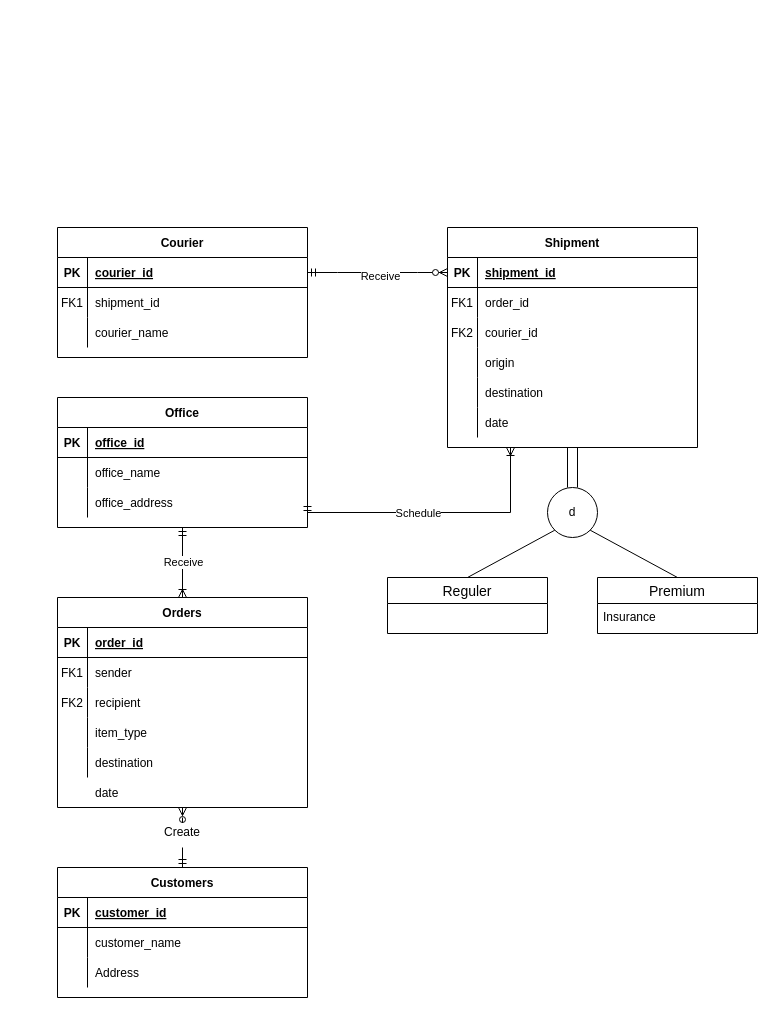
Before: page "ERD" (1 of 3) of ERD/ERD_RT_Norm.drawio in jeki-z/dripship, a draw.io diagram. Source tidied: cells renumbered, new cells numbered last; positions are measured from the earlier drawing's top-left corner, leaving out a move shared by most shapes. Both pictures are drawn from the tidied source at 100%, with x=0, y=0 at pixel (57, 227).
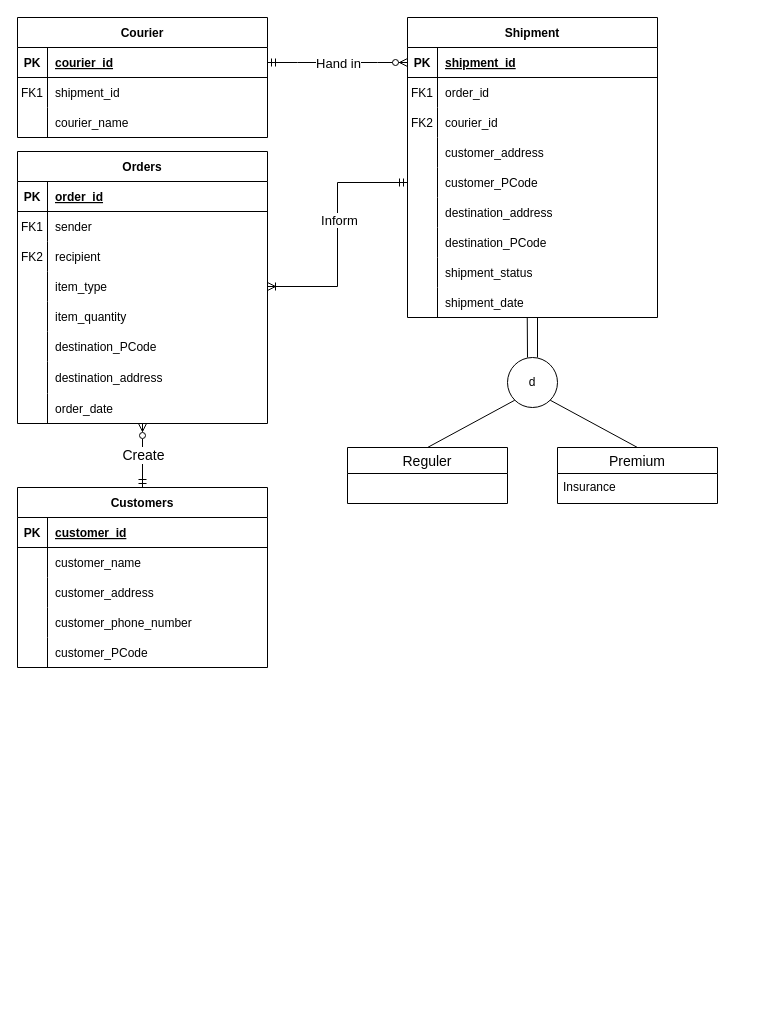
The same page after the edit.

The change refers to these unchanged cells:
```xml
<mxCell id="12" style="shape=partialRectangle;fillColor=none;top=0;left=0;bottom=0;right=0;points=[[0,0.5],[1,0.5]];portConstraint=eastwest;" parent="2" vertex="1">
  <mxGeometry y="120" width="250" height="30" as="geometry" />
</mxCell>
<mxCell id="36" style="shape=partialRectangle;fillColor=none;top=0;left=0;bottom=0;right=0;" parent="29" vertex="1">
  <mxGeometry y="90" width="250" height="30" as="geometry" />
</mxCell>
<mxCell id="59" style="shape=partialRectangle;fillColor=none;top=0;left=0;bottom=0;right=0;" parent="49" vertex="1">
  <mxGeometry y="120" width="250" height="30" as="geometry" />
</mxCell>
<mxCell id="80" style="edgeStyle=entityRelationEdgeStyle;fontSize=12;html=1;endArrow=ERzeroToMany;startArrow=ERmandOne;rounded=0;exitX=1;exitY=0.5;exitDx=0;exitDy=0;entryX=0;entryY=0.5;entryDx=0;entryDy=0;" parent="1" edge="1" source="19" target="50">
  <mxGeometry relative="1" as="geometry" />
</mxCell>
```

Diff of the diagram source:
```diff
@@
     <mxCell id="2" value="Orders" style="shape=table;startSize=30;childLayout=tableLayout;rowLines=0;fontStyle=1;align=center;" parent="1" vertex="1">
-      <mxGeometry y="370" width="250" height="210" as="geometry" />
+      <mxGeometry x="-40" y="-76" width="250" height="272" as="geometry" />
     </mxCell>
@@
+    <mxCell id="87" style="shape=partialRectangle;fillColor=none;top=0;left=0;bottom=0;right=0;fontSize=12;strokeColor=default;" parent="2" vertex="1">
+      <mxGeometry y="150" width="250" height="30" as="geometry" />
+    </mxCell>
+    <mxCell id="88" style="shape=partialRectangle;fillColor=none;top=0;left=0;bottom=0;right=0;overflow=hidden;fontSize=12;strokeColor=default;" parent="87" vertex="1">
+      <mxGeometry width="30" height="30" as="geometry" />
+    </mxCell>
+    <mxCell id="89" value="item_quantity" style="shape=partialRectangle;fillColor=none;top=0;left=0;bottom=0;right=0;align=left;spacingLeft=6;overflow=hidden;fontSize=12;strokeColor=default;" parent="87" vertex="1">
+      <mxGeometry x="30" width="220" height="30" as="geometry" />
+    </mxCell>
+    <mxCell id="90" style="shape=partialRectangle;fillColor=none;top=0;left=0;bottom=0;right=0;fontSize=12;strokeColor=default;" parent="2" vertex="1">
+      <mxGeometry y="180" width="250" height="30" as="geometry" />
+    </mxCell>
+    <mxCell id="91" style="shape=partialRectangle;fillColor=none;top=0;left=0;bottom=0;right=0;overflow=hidden;fontSize=12;strokeColor=default;" parent="90" vertex="1">
+      <mxGeometry width="30" height="30" as="geometry" />
+    </mxCell>
+    <mxCell id="92" value="destination_PCode" style="shape=partialRectangle;fillColor=none;top=0;left=0;bottom=0;right=0;align=left;spacingLeft=6;overflow=hidden;fontSize=12;strokeColor=default;" parent="90" vertex="1">
+      <mxGeometry x="30" width="220" height="30" as="geometry" />
+    </mxCell>
     <mxCell id="15" style="shape=partialRectangle;fillColor=none;top=0;left=0;bottom=0;right=0;" parent="2" vertex="1">
-      <mxGeometry y="150" width="250" height="30" as="geometry" />
+      <mxGeometry y="210" width="250" height="32" as="geometry" />
     </mxCell>
     <mxCell id="16" style="shape=partialRectangle;fillColor=none;top=0;left=0;bottom=0;right=0;overflow=hidden;" parent="15" vertex="1">
-      <mxGeometry width="30" height="30" as="geometry" />
+      <mxGeometry width="30" height="32" as="geometry" />
     </mxCell>
-    <mxCell id="17" value="destination" style="shape=partialRectangle;fillColor=none;top=0;left=0;bottom=0;right=0;align=left;spacingLeft=6;overflow=hidden;" parent="15" vertex="1">
-      <mxGeometry x="30" width="220" height="30" as="geometry" />
+    <mxCell id="17" value="destination_address" style="shape=partialRectangle;fillColor=none;top=0;left=0;bottom=0;right=0;align=left;spacingLeft=6;overflow=hidden;" parent="15" vertex="1">
+      <mxGeometry x="30" width="220" height="32" as="geometry" />
     </mxCell>
+    <mxCell id="93" style="shape=partialRectangle;fillColor=none;top=0;left=0;bottom=0;right=0;fontSize=13;strokeColor=default;" parent="2" vertex="1">
+      <mxGeometry y="242" width="250" height="30" as="geometry" />
+    </mxCell>
+    <mxCell id="94" style="shape=partialRectangle;fillColor=none;top=0;left=0;bottom=0;right=0;overflow=hidden;fontSize=13;strokeColor=default;" parent="93" vertex="1">
+      <mxGeometry width="30" height="30" as="geometry" />
+    </mxCell>
+    <mxCell id="95" value="order_date" style="shape=partialRectangle;fillColor=none;top=0;left=0;bottom=0;right=0;align=left;spacingLeft=6;overflow=hidden;fontSize=12;strokeColor=default;" parent="93" vertex="1">
+      <mxGeometry x="30" width="220" height="30" as="geometry" />
+    </mxCell>
     <mxCell id="18" value="Courier" style="shape=table;startSize=30;childLayout=tableLayout;rowLines=0;fontStyle=1;align=center;" parent="1" vertex="1">
-      <mxGeometry width="250" height="130" as="geometry" />
+      <mxGeometry x="-40" y="-210" width="250" height="120" as="geometry" />
     </mxCell>
@@
-    <mxCell id="28" style="edgeStyle=orthogonalEdgeStyle;rounded=0;jettySize=auto;html=1;exitX=0.5;exitY=0;exitDx=0;exitDy=0;entryX=0.5;entryY=1;entryDx=0;entryDy=0;endArrow=ERzeroToMany;endFill=0;startArrow=none;startFill=0;" parent="1" edge="1" source="82" target="2">
+    <mxCell id="28" style="edgeStyle=orthogonalEdgeStyle;rounded=0;jettySize=auto;html=1;exitX=0.5;exitY=0;exitDx=0;exitDy=0;entryX=0.5;entryY=1;entryDx=0;entryDy=0;endArrow=ERzeroToMany;endFill=0;startArrow=ERmandOne;startFill=0;" parent="1" edge="1" source="29" target="2">
       <mxGeometry relative="1" as="geometry" />
     </mxCell>
+    <mxCell id="82" value="Create" style="edgeLabel;html=1;align=center;verticalAlign=middle;points=[];fontSize=14;" parent="28" vertex="1">
+      <mxGeometry x="-0.21" relative="1" as="geometry">
+        <mxPoint y="-8" as="offset" />
+      </mxGeometry>
+    </mxCell>
     <mxCell id="29" value="Customers" style="shape=table;startSize=30;childLayout=tableLayout;rowLines=0;fontStyle=1;align=center;" parent="1" vertex="1">
-      <mxGeometry y="640" width="250" height="130" as="geometry" />
+      <mxGeometry x="-40" y="260" width="250" height="180" as="geometry" />
     </mxCell>
@@
-    <mxCell id="38" value="Address" style="shape=partialRectangle;fillColor=none;top=0;left=0;bottom=0;right=0;align=left;spacingLeft=6;overflow=hidden;" parent="36" vertex="1">
+    <mxCell id="38" value="customer_address" style="shape=partialRectangle;fillColor=none;top=0;left=0;bottom=0;right=0;align=left;spacingLeft=6;overflow=hidden;" parent="36" vertex="1">
       <mxGeometry x="30" width="220" height="30" as="geometry" />
     </mxCell>
-    <mxCell id="39" value="Office" style="shape=table;startSize=30;childLayout=tableLayout;rowLines=0;fontStyle=1;align=center;" parent="1" vertex="1">
-      <mxGeometry y="170" width="250" height="130" as="geometry" />
-    </mxCell>
-    <mxCell id="40" style="shape=partialRectangle;fillColor=none;top=0;left=0;right=0;bottom=1;" parent="39" vertex="1">
-      <mxGeometry y="30" width="250" height="30" as="geometry" />
-    </mxCell>
-    <mxCell id="41" value="PK" style="shape=partialRectangle;overflow=hidden;fillColor=none;top=0;left=0;bottom=0;right=0;fontStyle=1;" parent="40" vertex="1">
-      <mxGeometry width="30" height="30" as="geometry" />
-    </mxCell>
-    <mxCell id="42" value="office_id" style="shape=partialRectangle;overflow=hidden;fillColor=none;top=0;left=0;bottom=0;right=0;align=left;spacingLeft=6;fontStyle=5;" parent="40" vertex="1">
-      <mxGeometry x="30" width="220" height="30" as="geometry" />
-    </mxCell>
-    <mxCell id="43" style="shape=partialRectangle;fillColor=none;top=0;left=0;right=0;bottom=0;" parent="39" vertex="1">
-      <mxGeometry y="60" width="250" height="30" as="geometry" />
-    </mxCell>
-    <mxCell id="44" style="shape=partialRectangle;overflow=hidden;fillColor=none;top=0;left=0;bottom=0;right=0;" parent="43" vertex="1">
-      <mxGeometry width="30" height="30" as="geometry" />
-    </mxCell>
-    <mxCell id="45" value="office_name" style="shape=partialRectangle;overflow=hidden;fillColor=none;top=0;left=0;bottom=0;right=0;align=left;spacingLeft=6;" parent="43" vertex="1">
-      <mxGeometry x="30" width="220" height="30" as="geometry" />
-    </mxCell>
-    <mxCell id="46" style="shape=partialRectangle;fillColor=none;top=0;left=0;bottom=0;right=0;points=[[0,0.5],[1,0.5]];portConstraint=eastwest;" parent="39" vertex="1">
-      <mxGeometry y="90" width="250" height="30" as="geometry" />
-    </mxCell>
-    <mxCell id="47" style="shape=partialRectangle;fillColor=none;top=0;left=0;bottom=0;right=0;overflow=hidden;" parent="46" vertex="1">
-      <mxGeometry width="30" height="30" as="geometry" />
-    </mxCell>
-    <mxCell id="48" value="office_address" style="shape=partialRectangle;fillColor=none;top=0;left=0;bottom=0;right=0;align=left;spacingLeft=6;overflow=hidden;" parent="46" vertex="1">
-      <mxGeometry x="30" width="220" height="30" as="geometry" />
-    </mxCell>
+    <mxCell id="96" style="shape=partialRectangle;fillColor=none;top=0;left=0;bottom=0;right=0;fontSize=12;strokeColor=default;" parent="29" vertex="1">
+      <mxGeometry y="120" width="250" height="30" as="geometry" />
+    </mxCell>
+    <mxCell id="97" style="shape=partialRectangle;fillColor=none;top=0;left=0;bottom=0;right=0;overflow=hidden;fontSize=12;strokeColor=default;" parent="96" vertex="1">
+      <mxGeometry width="30" height="30" as="geometry" />
+    </mxCell>
+    <mxCell id="98" value="customer_phone_number" style="shape=partialRectangle;fillColor=none;top=0;left=0;bottom=0;right=0;align=left;spacingLeft=6;overflow=hidden;fontSize=12;strokeColor=default;" parent="96" vertex="1">
+      <mxGeometry x="30" width="220" height="30" as="geometry" />
+    </mxCell>
+    <mxCell id="99" style="shape=partialRectangle;fillColor=none;top=0;left=0;bottom=0;right=0;fontSize=12;strokeColor=default;" parent="29" vertex="1">
+      <mxGeometry y="150" width="250" height="30" as="geometry" />
+    </mxCell>
+    <mxCell id="100" style="shape=partialRectangle;fillColor=none;top=0;left=0;bottom=0;right=0;overflow=hidden;fontSize=12;strokeColor=default;" parent="99" vertex="1">
+      <mxGeometry width="30" height="30" as="geometry" />
+    </mxCell>
+    <mxCell id="101" value="customer_PCode" style="shape=partialRectangle;fillColor=none;top=0;left=0;bottom=0;right=0;align=left;spacingLeft=6;overflow=hidden;fontSize=12;strokeColor=default;" parent="99" vertex="1">
+      <mxGeometry x="30" width="220" height="30" as="geometry" />
+    </mxCell>
     <mxCell id="49" value="Shipment" style="shape=table;startSize=30;childLayout=tableLayout;rowLines=0;fontStyle=1;align=center;" parent="1" vertex="1">
-      <mxGeometry x="390" width="250" height="220" as="geometry" />
+      <mxGeometry x="350" y="-210" width="250" height="300" as="geometry" />
     </mxCell>
@@
-    <mxCell id="61" value="origin" style="shape=partialRectangle;fillColor=none;top=0;left=0;bottom=0;right=0;align=left;spacingLeft=6;overflow=hidden;" parent="59" vertex="1">
+    <mxCell id="61" value="customer_address" style="shape=partialRectangle;fillColor=none;top=0;left=0;bottom=0;right=0;align=left;spacingLeft=6;overflow=hidden;" parent="59" vertex="1">
       <mxGeometry x="30" width="220" height="30" as="geometry" />
     </mxCell>
+    <mxCell id="102" style="shape=partialRectangle;fillColor=none;top=0;left=0;bottom=0;right=0;points=[[0,0.5],[1,0.5]];portConstraint=eastwest;fontSize=12;strokeColor=default;" parent="49" vertex="1">
+      <mxGeometry y="150" width="250" height="30" as="geometry" />
+    </mxCell>
+    <mxCell id="103" style="shape=partialRectangle;fillColor=none;top=0;left=0;bottom=0;right=0;overflow=hidden;fontSize=12;strokeColor=default;" parent="102" vertex="1">
+      <mxGeometry width="30" height="30" as="geometry" />
+    </mxCell>
+    <mxCell id="104" value="customer_PCode" style="shape=partialRectangle;fillColor=none;top=0;left=0;bottom=0;right=0;align=left;spacingLeft=6;overflow=hidden;fontSize=12;strokeColor=default;" parent="102" vertex="1">
+      <mxGeometry x="30" width="220" height="30" as="geometry" />
+    </mxCell>
     <mxCell id="62" style="shape=partialRectangle;fillColor=none;top=0;left=0;bottom=0;right=0;" parent="49" vertex="1">
-      <mxGeometry y="150" width="250" height="30" as="geometry" />
+      <mxGeometry y="180" width="250" height="30" as="geometry" />
     </mxCell>
@@
-    <mxCell id="64" value="destination" style="shape=partialRectangle;fillColor=none;top=0;left=0;bottom=0;right=0;align=left;spacingLeft=6;overflow=hidden;" parent="62" vertex="1">
+    <mxCell id="64" value="destination_address" style="shape=partialRectangle;fillColor=none;top=0;left=0;bottom=0;right=0;align=left;spacingLeft=6;overflow=hidden;" parent="62" vertex="1">
       <mxGeometry x="30" width="220" height="30" as="geometry" />
     </mxCell>
+    <mxCell id="105" style="shape=partialRectangle;fillColor=none;top=0;left=0;bottom=0;right=0;fontSize=12;strokeColor=default;" parent="49" vertex="1">
+      <mxGeometry y="210" width="250" height="30" as="geometry" />
+    </mxCell>
+    <mxCell id="106" style="shape=partialRectangle;fillColor=none;top=0;left=0;bottom=0;right=0;overflow=hidden;fontSize=12;strokeColor=default;" parent="105" vertex="1">
+      <mxGeometry width="30" height="30" as="geometry" />
+    </mxCell>
+    <mxCell id="107" value="destination_PCode" style="shape=partialRectangle;fillColor=none;top=0;left=0;bottom=0;right=0;align=left;spacingLeft=6;overflow=hidden;fontSize=12;strokeColor=default;" parent="105" vertex="1">
+      <mxGeometry x="30" width="220" height="30" as="geometry" />
+    </mxCell>
+    <mxCell id="108" style="shape=partialRectangle;fillColor=none;top=0;left=0;bottom=0;right=0;fontSize=12;strokeColor=default;" parent="49" vertex="1">
+      <mxGeometry y="240" width="250" height="30" as="geometry" />
+    </mxCell>
+    <mxCell id="109" style="shape=partialRectangle;fillColor=none;top=0;left=0;bottom=0;right=0;overflow=hidden;fontSize=12;strokeColor=default;" parent="108" vertex="1">
+      <mxGeometry width="30" height="30" as="geometry" />
+    </mxCell>
+    <mxCell id="110" value="shipment_status" style="shape=partialRectangle;fillColor=none;top=0;left=0;bottom=0;right=0;align=left;spacingLeft=6;overflow=hidden;fontSize=12;strokeColor=default;" parent="108" vertex="1">
+      <mxGeometry x="30" width="220" height="30" as="geometry" />
+    </mxCell>
     <mxCell id="65" style="shape=partialRectangle;fillColor=none;top=0;left=0;bottom=0;right=0;points=[[0,0.5],[1,0.5]];portConstraint=eastwest;" parent="49" vertex="1">
-      <mxGeometry y="180" width="250" height="30" as="geometry" />
+      <mxGeometry y="270" width="250" height="30" as="geometry" />
     </mxCell>
@@
-    <mxCell id="67" value="date" style="shape=partialRectangle;fillColor=none;top=0;left=0;bottom=0;right=0;align=left;spacingLeft=6;overflow=hidden;" parent="65" vertex="1">
+    <mxCell id="67" value="shipment_date" style="shape=partialRectangle;fillColor=none;top=0;left=0;bottom=0;right=0;align=left;spacingLeft=6;overflow=hidden;" parent="65" vertex="1">
       <mxGeometry x="30" width="220" height="30" as="geometry" />
     </mxCell>
     <mxCell id="68" value="d" style="ellipse;whiteSpace=wrap;html=1;" parent="1" vertex="1">
-      <mxGeometry x="490" y="260" width="50" height="50" as="geometry" />
+      <mxGeometry x="450" y="130" width="50" height="50" as="geometry" />
     </mxCell>
     <mxCell id="69" value="Reguler" style="swimlane;fontStyle=0;horizontal=1;startSize=26;align=center;fontSize=14;" parent="1" vertex="1">
-      <mxGeometry x="330" y="350" width="160" height="56" as="geometry" />
+      <mxGeometry x="290" y="220" width="160" height="56" as="geometry" />
     </mxCell>
     <mxCell id="70" value="Premium" style="swimlane;fontStyle=0;horizontal=1;startSize=26;align=center;fontSize=14;" parent="1" vertex="1">
-      <mxGeometry x="540" y="350" width="160" height="56" as="geometry" />
+      <mxGeometry x="500" y="220" width="160" height="56" as="geometry" />
     </mxCell>
@@
-    <mxCell id="72" style="endArrow=none;html=1;rounded=0;entryX=0.5;entryY=1;entryDx=0;entryDy=0;exitX=0.5;exitY=0;exitDx=0;exitDy=0;" parent="1" edge="1">
+    <mxCell id="72" style="endArrow=none;html=1;rounded=0;entryX=0.479;entryY=1;entryDx=0;entryDy=0;exitX=0.5;exitY=0;exitDx=0;exitDy=0;entryPerimeter=0;" parent="1" edge="1" target="65">
       <mxGeometry relative="1" as="geometry">
-        <mxPoint x="510" y="260" as="sourcePoint" />
-        <mxPoint x="510" y="220" as="targetPoint" />
+        <mxPoint x="470" y="130" as="sourcePoint" />
       </mxGeometry>
     </mxCell>
-    <mxCell id="73" style="endArrow=none;html=1;rounded=0;" parent="1" edge="1">
+    <mxCell id="73" style="endArrow=none;html=1;rounded=0;entryX=0.52;entryY=1;entryDx=0;entryDy=0;entryPerimeter=0;" parent="1" edge="1" target="65">
       <mxGeometry relative="1" as="geometry">
-        <mxPoint x="520" y="260" as="sourcePoint" />
-        <mxPoint x="520" y="220" as="targetPoint" />
+        <mxPoint x="480" y="130" as="sourcePoint" />
       </mxGeometry>
     </mxCell>
@@
-    <mxCell id="76" style="fontSize=12;html=1;endArrow=ERoneToMany;startArrow=ERmandOne;rounded=0;exitX=0.5;exitY=1;exitDx=0;exitDy=0;entryX=0.5;entryY=0;entryDx=0;entryDy=0;" parent="1" edge="1" source="39" target="2">
-      <mxGeometry relative="1" as="geometry" />
-    </mxCell>
-    <mxCell id="77" value="Receive" style="edgeLabel;html=1;align=center;verticalAlign=middle;" parent="76" vertex="1">
-      <mxGeometry x="-0.24" y="-4" relative="1" as="geometry">
-        <mxPoint x="4" y="7" as="offset" />
-      </mxGeometry>
-    </mxCell>
-    <mxCell id="78" style="edgeStyle=orthogonalEdgeStyle;fontSize=12;html=1;endArrow=ERoneToMany;startArrow=ERmandOne;rounded=0;exitX=1;exitY=0.5;exitDx=0;exitDy=0;" parent="1" edge="1" source="46">
-      <mxGeometry relative="1" as="geometry">
-        <mxPoint x="453" y="220" as="targetPoint" />
-        <Array as="points">
-          <mxPoint x="453" y="285" />
-        </Array>
-      </mxGeometry>
-    </mxCell>
-    <mxCell id="79" value="Schedule" style="edgeLabel;html=1;align=center;verticalAlign=middle;" parent="78" vertex="1">
-      <mxGeometry x="-0.08" y="-4" relative="1" as="geometry">
-        <mxPoint x="-8" y="-4" as="offset" />
-      </mxGeometry>
-    </mxCell>
@@
-    <mxCell id="81" value="Receive" style="edgeLabel;html=1;align=center;verticalAlign=middle;" parent="80" vertex="1">
-      <mxGeometry x="0.03" y="-3" relative="1" as="geometry" />
+    <mxCell id="81" value="Hand in" style="edgeLabel;html=1;align=center;verticalAlign=middle;fontSize=13;" parent="80" vertex="1">
+      <mxGeometry x="0.03" y="-3" relative="1" as="geometry">
+        <mxPoint x="-2" y="-3" as="offset" />
+      </mxGeometry>
     </mxCell>
-    <mxCell id="82" value="Create" style="text;html=1;strokeColor=none;fillColor=none;align=center;verticalAlign=middle;whiteSpace=wrap;rounded=0;" parent="1" vertex="1">
-      <mxGeometry x="95" y="590" width="60" height="30" as="geometry" />
-    </mxCell>
-    <mxCell id="83" style="edgeStyle=orthogonalEdgeStyle;rounded=0;jettySize=auto;html=1;exitX=0.5;exitY=0;exitDx=0;exitDy=0;endArrow=none;endFill=0;startArrow=ERmandOne;startFill=0;" parent="1" edge="1" source="29">
-      <mxGeometry relative="1" as="geometry">
-        <mxPoint x="125" y="620" as="targetPoint" />
-      </mxGeometry>
-    </mxCell>
-    <mxCell id="84" style="shape=partialRectangle;fillColor=none;top=0;left=0;bottom=0;right=0;" parent="1" vertex="1">
-      <mxGeometry y="550" width="250" height="30" as="geometry" />
-    </mxCell>
-    <mxCell id="85" style="shape=partialRectangle;fillColor=none;top=0;left=0;bottom=0;right=0;overflow=hidden;" parent="84" vertex="1">
-      <mxGeometry width="30" height="30" as="geometry" />
-    </mxCell>
-    <mxCell id="86" value="date" style="shape=partialRectangle;fillColor=none;top=0;left=0;bottom=0;right=0;align=left;spacingLeft=6;overflow=hidden;" parent="84" vertex="1">
-      <mxGeometry x="30" width="220" height="30" as="geometry" />
-    </mxCell>
+    <mxCell id="111" style="edgeStyle=orthogonalEdgeStyle;rounded=0;jettySize=auto;html=1;exitX=1;exitY=0.5;exitDx=0;exitDy=0;entryX=0;entryY=0.5;entryDx=0;entryDy=0;endArrow=ERmandOne;endFill=0;startArrow=ERoneToMany;startFill=0;" parent="1" edge="1" source="12" target="102">
+      <mxGeometry relative="1" as="geometry" />
+    </mxCell>
+    <mxCell id="112" value="Inform" style="edgeLabel;html=1;align=center;verticalAlign=middle;fontSize=13;" parent="111" vertex="1">
+      <mxGeometry x="0.12" y="-1" relative="1" as="geometry" />
+    </mxCell>
+    <mxCell id="113" style="shape=partialRectangle;fillColor=none;top=0;left=0;bottom=0;right=0;" parent="1" vertex="1">
+      <mxGeometry x="-40" y="148" width="250" height="30" as="geometry" />
+    </mxCell>
+    <mxCell id="114" style="shape=partialRectangle;fillColor=none;top=0;left=0;bottom=0;right=0;overflow=hidden;" parent="113" vertex="1">
+      <mxGeometry width="30" height="30" as="geometry" />
+    </mxCell>
+    <mxCell id="115" style="line;strokeWidth=1;dashed=0;labelPosition=right;align=left;verticalAlign=middle;spacingTop=0;spacingLeft=6;fontSize=13;" parent="1" vertex="1">
+      <mxGeometry x="-10" y="140" height="10" as="geometry" />
+    </mxCell>
```
